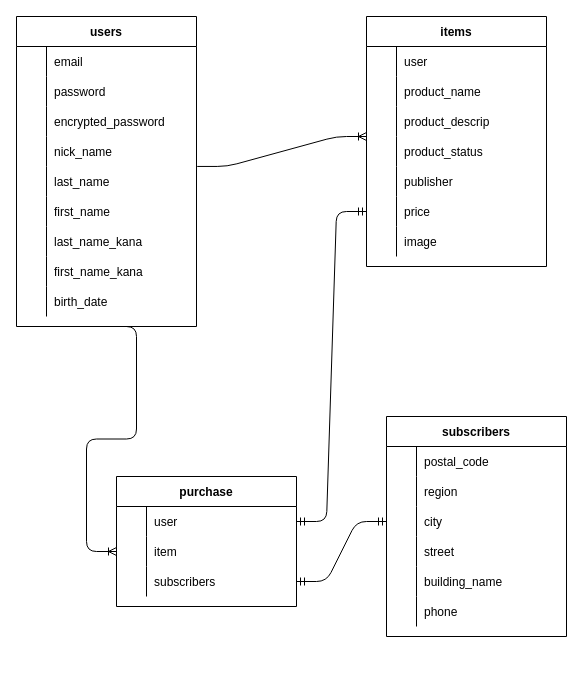
komadorihouse/furima-35680 keeps this draw.io diagram as ER.dio. Above is the earlier version. Source tidied: cells renumbered, new cells numbered last; positions are measured from the earlier drawing's top-left corner, leaving out a move shared by most shapes. Both pictures are drawn from the tidied source at 100%, with x=0, y=0 at pixel (16, 16).
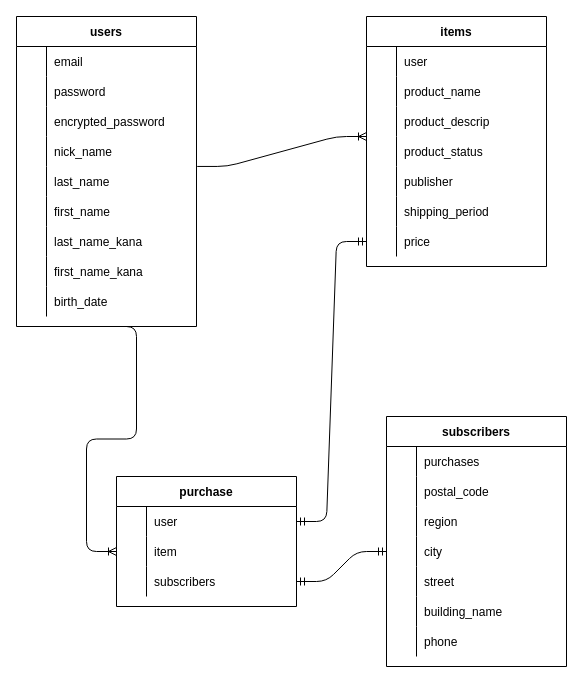
Above is the later version.

The change refers to these unchanged cells:
```xml
<mxCell id="30" value="items" style="shape=table;startSize=30;childLayout=tableLayout;rowLines=0;fontStyle=1;align=center;" parent="1" vertex="1">
  <mxGeometry x="350" width="180" height="250" as="geometry" />
</mxCell>
```

What changed in the source:
```diff
@@
+    <mxCell id="49" style="shape=partialRectangle;fillColor=none;top=0;left=0;bottom=0;right=0;" parent="30" vertex="1">
+      <mxGeometry y="180" width="180" height="30" as="geometry" />
+    </mxCell>
+    <mxCell id="50" style="shape=partialRectangle;fillColor=none;top=0;left=0;bottom=0;right=0;overflow=hidden;" parent="49" vertex="1">
+      <mxGeometry width="30" height="30" as="geometry" />
+    </mxCell>
+    <mxCell id="51" value="shipping_period" style="shape=partialRectangle;fillColor=none;top=0;left=0;bottom=0;right=0;align=left;spacingLeft=6;overflow=hidden;" parent="49" vertex="1">
+      <mxGeometry x="30" width="150" height="30" as="geometry" />
+    </mxCell>
     <mxCell id="46" style="shape=partialRectangle;fillColor=none;top=0;left=0;bottom=0;right=0;points=[[0,0.5],[1,0.5]];portConstraint=eastwest;" parent="30" vertex="1">
-      <mxGeometry y="180" width="180" height="30" as="geometry" />
+      <mxGeometry y="210" width="180" height="30" as="geometry" />
     </mxCell>
@@
-    <mxCell id="49" style="shape=partialRectangle;fillColor=none;top=0;left=0;bottom=0;right=0;" parent="30" vertex="1">
-      <mxGeometry y="210" width="180" height="30" as="geometry" />
-    </mxCell>
-    <mxCell id="50" style="shape=partialRectangle;fillColor=none;top=0;left=0;bottom=0;right=0;overflow=hidden;" parent="49" vertex="1">
-      <mxGeometry width="30" height="30" as="geometry" />
-    </mxCell>
-    <mxCell id="51" value="image" style="shape=partialRectangle;fillColor=none;top=0;left=0;bottom=0;right=0;align=left;spacingLeft=6;overflow=hidden;" parent="49" vertex="1">
-      <mxGeometry x="30" width="150" height="30" as="geometry" />
-    </mxCell>
     <mxCell id="52" value="subscribers" style="shape=table;startSize=30;childLayout=tableLayout;rowLines=0;fontStyle=1;align=center;" parent="1" vertex="1">
-      <mxGeometry x="370" y="400" width="180" height="220" as="geometry" />
+      <mxGeometry x="370" y="400" width="180" height="250" as="geometry" />
     </mxCell>
+    <mxCell id="85" style="shape=partialRectangle;fillColor=none;top=0;left=0;bottom=0;right=0;" parent="52" vertex="1">
+      <mxGeometry y="30" width="180" height="30" as="geometry" />
+    </mxCell>
+    <mxCell id="86" style="shape=partialRectangle;fillColor=none;top=0;left=0;bottom=0;right=0;overflow=hidden;" parent="85" vertex="1">
+      <mxGeometry width="30" height="30" as="geometry" />
+    </mxCell>
+    <mxCell id="87" value="purchases" style="shape=partialRectangle;fillColor=none;top=0;left=0;bottom=0;right=0;align=left;spacingLeft=6;overflow=hidden;" parent="85" vertex="1">
+      <mxGeometry x="30" width="150" height="30" as="geometry" />
+    </mxCell>
     <mxCell id="53" style="shape=partialRectangle;fillColor=none;top=0;left=0;bottom=0;right=0;" parent="52" vertex="1">
-      <mxGeometry y="30" width="180" height="30" as="geometry" />
+      <mxGeometry y="60" width="180" height="30" as="geometry" />
     </mxCell>
@@
     <mxCell id="56" style="shape=partialRectangle;fillColor=none;top=0;left=0;bottom=0;right=0;" parent="52" vertex="1">
-      <mxGeometry y="60" width="180" height="30" as="geometry" />
+      <mxGeometry y="90" width="180" height="30" as="geometry" />
     </mxCell>
@@
     <mxCell id="59" style="shape=partialRectangle;fillColor=none;top=0;left=0;bottom=0;right=0;points=[[0,0.5],[1,0.5]];portConstraint=eastwest;" parent="52" vertex="1">
-      <mxGeometry y="90" width="180" height="30" as="geometry" />
+      <mxGeometry y="120" width="180" height="30" as="geometry" />
     </mxCell>
@@
     <mxCell id="62" style="shape=partialRectangle;fillColor=none;top=0;left=0;bottom=0;right=0;" parent="52" vertex="1">
-      <mxGeometry y="120" width="180" height="30" as="geometry" />
+      <mxGeometry y="150" width="180" height="30" as="geometry" />
     </mxCell>
@@
     <mxCell id="65" style="shape=partialRectangle;fillColor=none;top=0;left=0;bottom=0;right=0;" parent="52" vertex="1">
-      <mxGeometry y="150" width="180" height="30" as="geometry" />
+      <mxGeometry y="180" width="180" height="30" as="geometry" />
     </mxCell>
@@
     <mxCell id="68" style="shape=partialRectangle;fillColor=none;top=0;left=0;bottom=0;right=0;" parent="52" vertex="1">
-      <mxGeometry y="180" width="180" height="30" as="geometry" />
+      <mxGeometry y="210" width="180" height="30" as="geometry" />
     </mxCell>
```
